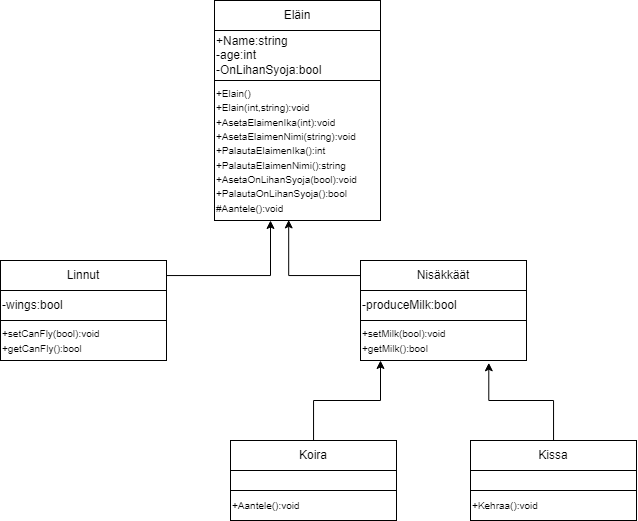
This is Luokkakaavio.png from QJUXUQ/OlioOhjelmointi2023, a draw.io export, as it was before one commit. Source tidied: cells renumbered, new cells last; positions are measured from the earlier drawing's top-left corner, leaving out a move shared by most shapes. The source it was exported from:
```xml
<mxGraphModel>
  <root>
    <mxCell id="0" />
    <mxCell id="1" parent="0" />
    <mxCell id="2" value="&lt;span data-lucid-content=&quot;{&amp;quot;t&amp;quot;:&amp;quot;+Elain() +Elain(int,string):void +AsetaElaimenIka(int):void +AsetaElaimenNimi(string):void +PalautaElaimenIka():int +PalautaElaimenNimi():string +AsetaOnLihanSyoja(bool):void +PalautaOnLihanSyoja():bool #Aantele():void&amp;quot;,&amp;quot;m&amp;quot;:[{&amp;quot;s&amp;quot;:0,&amp;quot;n&amp;quot;:&amp;quot;a&amp;quot;,&amp;quot;v&amp;quot;:&amp;quot;left&amp;quot;},{&amp;quot;s&amp;quot;:0,&amp;quot;n&amp;quot;:&amp;quot;c&amp;quot;,&amp;quot;v&amp;quot;:&amp;quot;333333ff&amp;quot;,&amp;quot;e&amp;quot;:218},{&amp;quot;s&amp;quot;:0,&amp;quot;n&amp;quot;:&amp;quot;s&amp;quot;,&amp;quot;v&amp;quot;:160,&amp;quot;e&amp;quot;:218}]}&quot;&gt;&lt;/span&gt;&lt;span data-lucid-content=&quot;{&amp;quot;t&amp;quot;:&amp;quot;+Elain() +Elain(int,string):void +AsetaElaimenIka(int):void +AsetaElaimenNimi(string):void +PalautaElaimenIka():int +PalautaElaimenNimi():string +AsetaOnLihanSyoja(bool):void +PalautaOnLihanSyoja():bool #Aantele():void&amp;quot;,&amp;quot;m&amp;quot;:[{&amp;quot;s&amp;quot;:0,&amp;quot;n&amp;quot;:&amp;quot;a&amp;quot;,&amp;quot;v&amp;quot;:&amp;quot;left&amp;quot;},{&amp;quot;s&amp;quot;:0,&amp;quot;n&amp;quot;:&amp;quot;c&amp;quot;,&amp;quot;v&amp;quot;:&amp;quot;333333ff&amp;quot;,&amp;quot;e&amp;quot;:218},{&amp;quot;s&amp;quot;:0,&amp;quot;n&amp;quot;:&amp;quot;s&amp;quot;,&amp;quot;v&amp;quot;:160,&amp;quot;e&amp;quot;:218}]}&quot;&gt;&lt;/span&gt;" style="text;html=1;align=center;verticalAlign=middle;strokeColor=none;fillColor=none;" parent="1" vertex="1">
      <mxGeometry x="110" y="48" width="20" height="10" as="geometry" />
    </mxCell>
    <mxCell id="3" value="Eläin" style="rounded=0;whiteSpace=wrap;html=1;" parent="1" vertex="1">
      <mxGeometry x="214" width="166" height="30" as="geometry" />
    </mxCell>
    <mxCell id="4" value="+Name:string&lt;br&gt;-age:int&lt;br&gt;-OnLihanSyoja:bool" style="rounded=0;whiteSpace=wrap;html=1;align=left;" parent="1" vertex="1">
      <mxGeometry x="214" y="30" width="166" height="50" as="geometry" />
    </mxCell>
    <mxCell id="5" value="&lt;font style=&quot;font-size: 10px;&quot;&gt;+Elain()&lt;br&gt;+Elain(int,string):void&lt;br&gt;+AsetaElaimenIka(int):void&lt;br&gt;+AsetaElaimenNimi(string):void&lt;br&gt;+PalautaElaimenIka():int&lt;br&gt;+PalautaElaimenNimi():string&lt;br&gt;+AsetaOnLihanSyoja(bool):void&lt;br&gt;+PalautaOnLihanSyoja():bool&lt;br&gt;#Aantele():void&lt;br&gt;&lt;/font&gt;" style="rounded=0;whiteSpace=wrap;html=1;align=left;" parent="1" vertex="1">
      <mxGeometry x="214" y="80" width="166" height="140" as="geometry" />
    </mxCell>
    <mxCell id="6" style="edgeStyle=orthogonalEdgeStyle;rounded=0;jettySize=auto;html=1;" parent="1" edge="1" source="7" target="5">
      <mxGeometry relative="1" as="geometry">
        <Array as="points">
          <mxPoint x="270" y="275" />
        </Array>
      </mxGeometry>
    </mxCell>
    <mxCell id="7" value="Linnut" style="rounded=0;whiteSpace=wrap;html=1;" parent="1" vertex="1">
      <mxGeometry y="260" width="166" height="30" as="geometry" />
    </mxCell>
    <mxCell id="8" value="&lt;font style=&quot;font-size: 12px;&quot;&gt;-wings:bool&lt;/font&gt;" style="rounded=0;whiteSpace=wrap;html=1;align=left;" parent="1" vertex="1">
      <mxGeometry y="290" width="166" height="30" as="geometry" />
    </mxCell>
    <mxCell id="9" value="&lt;font style=&quot;font-size: 10px;&quot;&gt;+setCanFly(bool):void&lt;br&gt;+getCanFly():bool&lt;br&gt;&lt;/font&gt;" style="rounded=0;whiteSpace=wrap;html=1;align=left;" parent="1" vertex="1">
      <mxGeometry y="320" width="166" height="40" as="geometry" />
    </mxCell>
    <mxCell id="10" style="edgeStyle=orthogonalEdgeStyle;rounded=0;jettySize=auto;html=1;entryX=0.447;entryY=0.996;entryDx=0;entryDy=0;entryPerimeter=0;" parent="1" edge="1" source="11" target="5">
      <mxGeometry relative="1" as="geometry">
        <Array as="points">
          <mxPoint x="288" y="275" />
        </Array>
      </mxGeometry>
    </mxCell>
    <mxCell id="11" value="Nisäkkäät" style="rounded=0;whiteSpace=wrap;html=1;" parent="1" vertex="1">
      <mxGeometry x="360" y="260" width="166" height="30" as="geometry" />
    </mxCell>
    <mxCell id="12" value="-produceMilk:bool" style="rounded=0;whiteSpace=wrap;html=1;align=left;" parent="1" vertex="1">
      <mxGeometry x="360" y="290" width="166" height="30" as="geometry" />
    </mxCell>
    <mxCell id="13" value="&lt;font style=&quot;font-size: 10px;&quot;&gt;+setMilk(bool):void&lt;br&gt;+getMilk():bool&lt;br&gt;&lt;/font&gt;" style="rounded=0;whiteSpace=wrap;html=1;align=left;" parent="1" vertex="1">
      <mxGeometry x="360" y="320" width="166" height="40" as="geometry" />
    </mxCell>
    <mxCell id="14" style="edgeStyle=orthogonalEdgeStyle;rounded=0;jettySize=auto;html=1;" parent="1" edge="1" source="15">
      <mxGeometry relative="1" as="geometry">
        <mxPoint x="380" y="360" as="targetPoint" />
      </mxGeometry>
    </mxCell>
    <mxCell id="15" value="Koira" style="rounded=0;whiteSpace=wrap;html=1;" parent="1" vertex="1">
      <mxGeometry x="230" y="440" width="166" height="30" as="geometry" />
    </mxCell>
    <mxCell id="16" style="rounded=0;whiteSpace=wrap;html=1;align=left;" parent="1" vertex="1">
      <mxGeometry x="230" y="470" width="166" height="20" as="geometry" />
    </mxCell>
    <mxCell id="17" value="&lt;font style=&quot;font-size: 10px;&quot;&gt;+Aantele():void&lt;br&gt;&lt;/font&gt;" style="rounded=0;whiteSpace=wrap;html=1;align=left;" parent="1" vertex="1">
      <mxGeometry x="230" y="490" width="166" height="30" as="geometry" />
    </mxCell>
    <mxCell id="18" style="edgeStyle=orthogonalEdgeStyle;rounded=0;jettySize=auto;html=1;entryX=0.773;entryY=1.058;entryDx=0;entryDy=0;entryPerimeter=0;" parent="1" edge="1" source="19" target="13">
      <mxGeometry relative="1" as="geometry" />
    </mxCell>
    <mxCell id="19" value="Kissa" style="rounded=0;whiteSpace=wrap;html=1;" parent="1" vertex="1">
      <mxGeometry x="470" y="440" width="166" height="30" as="geometry" />
    </mxCell>
    <mxCell id="20" style="rounded=0;whiteSpace=wrap;html=1;align=left;" parent="1" vertex="1">
      <mxGeometry x="470" y="470" width="166" height="20" as="geometry" />
    </mxCell>
    <mxCell id="21" value="&lt;font style=&quot;font-size: 10px;&quot;&gt;+Kehraa():void&lt;br&gt;&lt;/font&gt;" style="rounded=0;whiteSpace=wrap;html=1;align=left;" parent="1" vertex="1">
      <mxGeometry x="470" y="490" width="166" height="30" as="geometry" />
    </mxCell>
  </root>
</mxGraphModel>
```
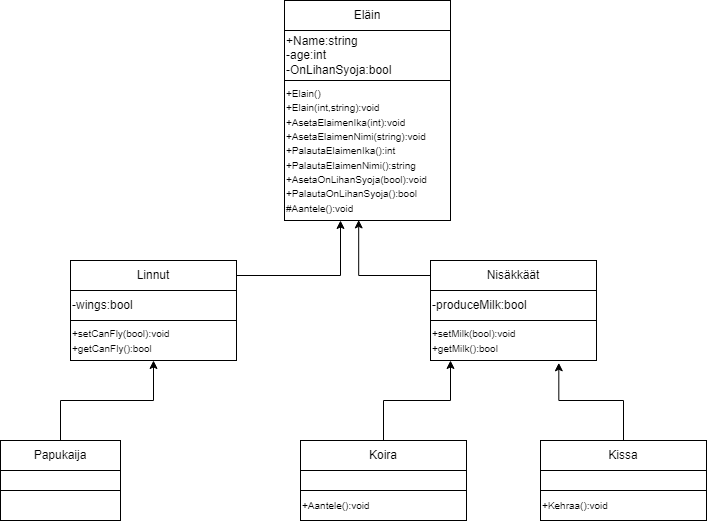
The same diagram one commit later.

Commit message:
Papukaija-olio oli unohtunut laittaa Luokkakaavioon

Change to the diagram source:
```diff
@@ -72,5 +72,17 @@
     <mxCell id="21" value="&lt;font style=&quot;font-size: 10px;&quot;&gt;+Kehraa():void&lt;br&gt;&lt;/font&gt;" style="rounded=0;whiteSpace=wrap;html=1;align=left;" parent="1" vertex="1">
       <mxGeometry x="470" y="490" width="166" height="30" as="geometry" />
     </mxCell>
+    <mxCell id="22" style="edgeStyle=orthogonalEdgeStyle;rounded=0;jettySize=auto;html=1;" parent="1" edge="1" source="23" target="9">
+      <mxGeometry relative="1" as="geometry" />
+    </mxCell>
+    <mxCell id="23" value="Papukaija" style="rounded=0;whiteSpace=wrap;html=1;" parent="1" vertex="1">
+      <mxGeometry x="-70" y="440" width="120" height="30" as="geometry" />
+    </mxCell>
+    <mxCell id="24" style="rounded=0;whiteSpace=wrap;html=1;" parent="1" vertex="1">
+      <mxGeometry x="-70" y="470" width="120" height="20" as="geometry" />
+    </mxCell>
+    <mxCell id="25" style="rounded=0;whiteSpace=wrap;html=1;" parent="1" vertex="1">
+      <mxGeometry x="-70" y="490" width="120" height="30" as="geometry" />
+    </mxCell>
   </root>
 </mxGraphModel>
```
